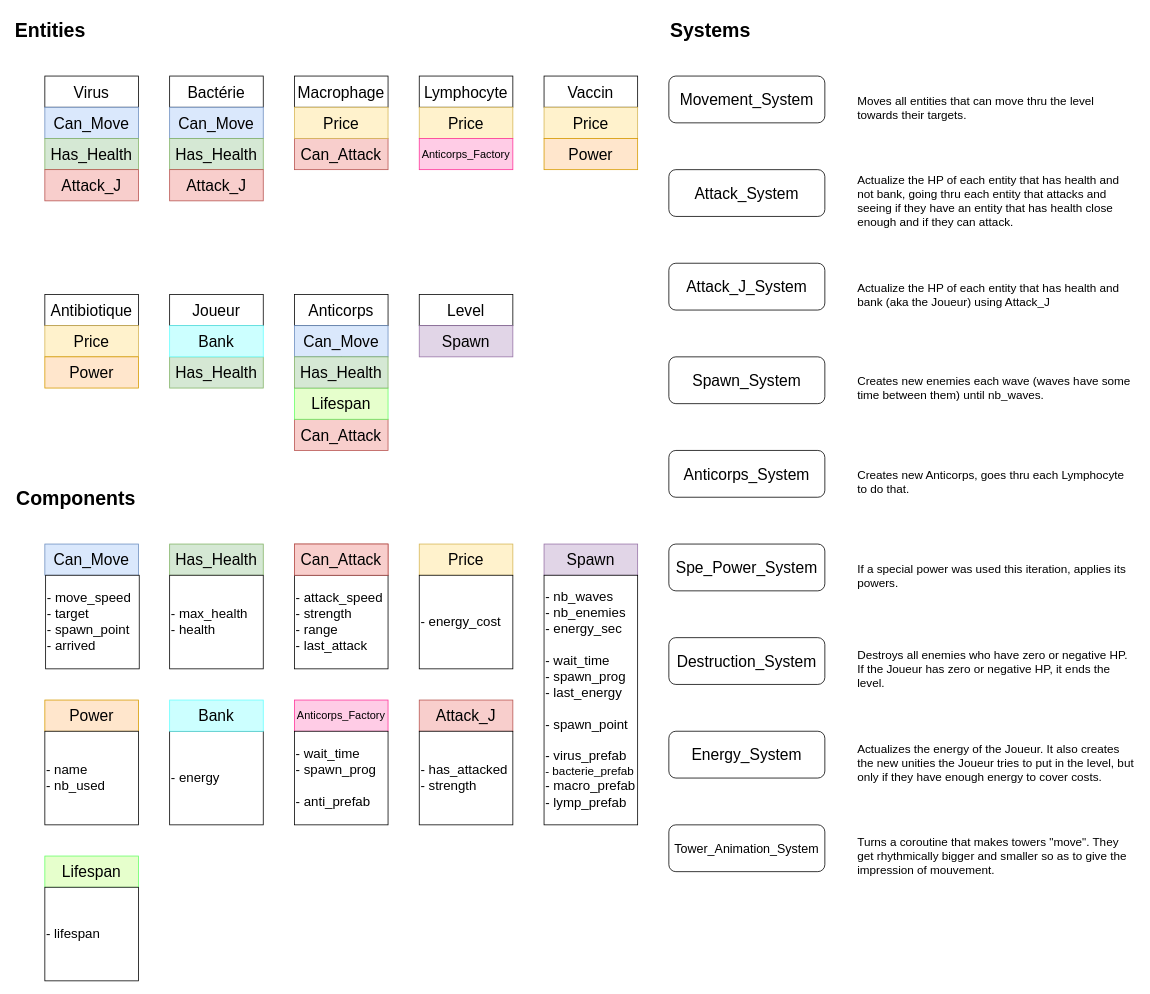
Titanmito/Immunocalypse keeps this draw.io diagram as entities_components.drawio. Above is the earlier version. Source tidied: cells renumbered, new cells numbered last; positions are measured from the earlier drawing's top-left corner, leaving out a move shared by most shapes. Both pictures are drawn from the tidied source at 78%, with x=0, y=0 at pixel (13, 13).
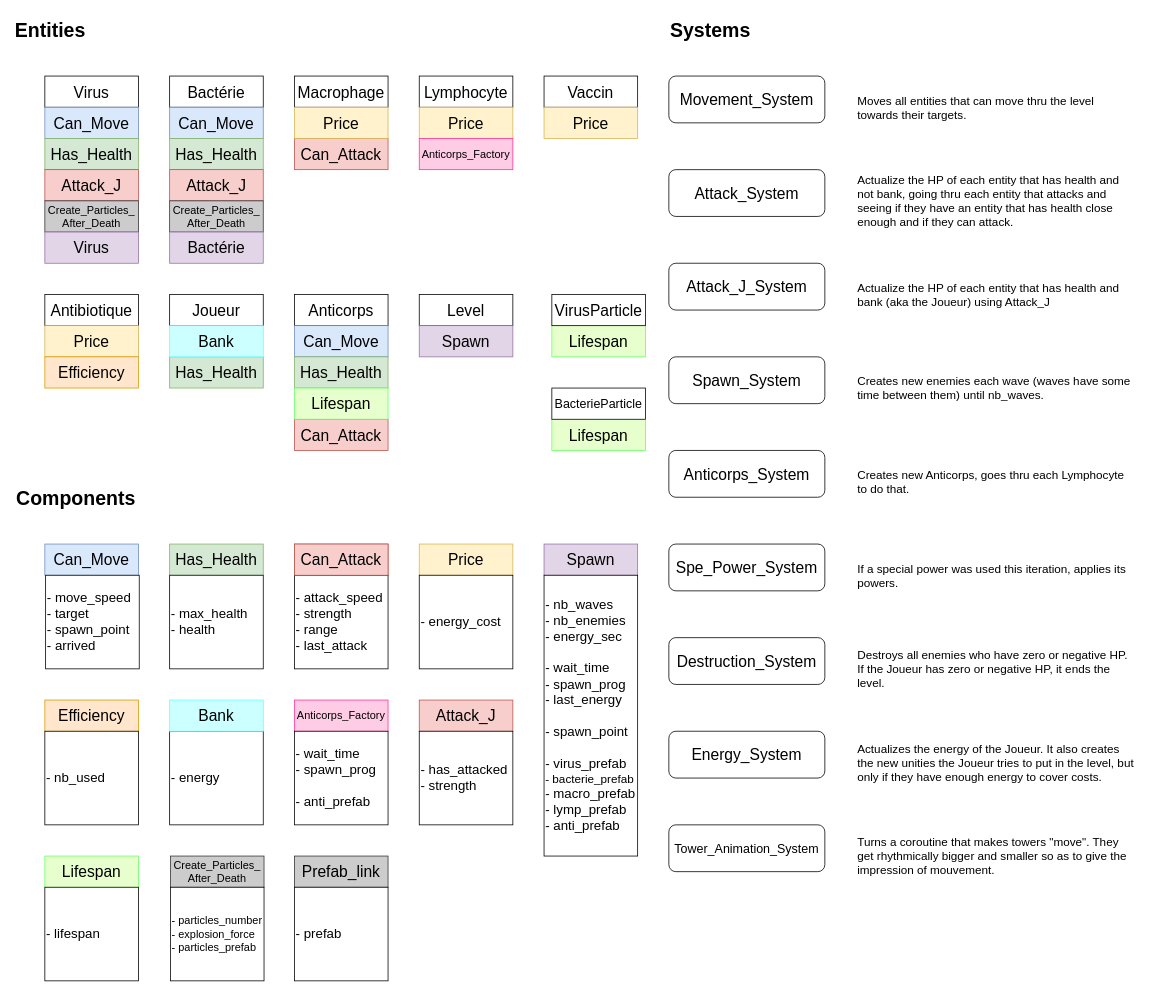
The same diagram, later.

Change to the diagram source:
```diff
@@
-    <mxCell id="37" value="&lt;div&gt;&lt;font style=&quot;font-size: 17px&quot;&gt;- nb_waves&lt;/font&gt;&lt;/div&gt;&lt;div&gt;&lt;font style=&quot;font-size: 17px&quot;&gt;- nb_enemies&lt;/font&gt;&lt;/div&gt;&lt;div&gt;&lt;font style=&quot;font-size: 17px&quot;&gt;- energy_sec&lt;br&gt;&lt;/font&gt;&lt;/div&gt;&lt;div&gt;&lt;font style=&quot;font-size: 17px&quot;&gt;&lt;br&gt;&lt;/font&gt;&lt;/div&gt;&lt;div&gt;&lt;font style=&quot;font-size: 17px&quot;&gt;- wait_time&lt;/font&gt;&lt;/div&gt;&lt;div&gt;&lt;font style=&quot;font-size: 17px&quot;&gt;- spawn_prog&lt;br&gt;&lt;/font&gt;&lt;/div&gt;&lt;div&gt;&lt;font style=&quot;font-size: 17px&quot;&gt;- last_energy&lt;br&gt;&lt;/font&gt;&lt;/div&gt;&lt;div&gt;&lt;font style=&quot;font-size: 17px&quot;&gt;&lt;br&gt;&lt;/font&gt;&lt;/div&gt;&lt;div&gt;&lt;font style=&quot;font-size: 17px&quot;&gt;- spawn_point&lt;/font&gt;&lt;/div&gt;&lt;div&gt;&lt;font style=&quot;font-size: 17px&quot;&gt;&lt;br&gt;&lt;/font&gt;&lt;/div&gt;&lt;div&gt;&lt;font style=&quot;font-size: 17px&quot;&gt;- virus_prefab&lt;/font&gt;&lt;/div&gt;&lt;div style=&quot;font-size: 15px&quot;&gt;&lt;font style=&quot;font-size: 15px&quot;&gt;- bacterie_prefab&lt;/font&gt;&lt;/div&gt;&lt;div style=&quot;font-size: 17px&quot;&gt;&lt;font style=&quot;font-size: 17px&quot;&gt;- macro_prefab&lt;/font&gt;&lt;/div&gt;&lt;div style=&quot;font-size: 17px&quot;&gt;&lt;font style=&quot;font-size: 17px&quot;&gt;- lymp_prefab&lt;br&gt;&lt;/font&gt;&lt;/div&gt;" style="rounded=0;whiteSpace=wrap;html=1;align=left;" parent="1" vertex="1">
-      <mxGeometry x="680" y="720" width="120" height="320" as="geometry" />
+    <mxCell id="37" value="&lt;div&gt;&lt;font style=&quot;font-size: 17px&quot;&gt;- nb_waves&lt;/font&gt;&lt;/div&gt;&lt;div&gt;&lt;font style=&quot;font-size: 17px&quot;&gt;- nb_enemies&lt;/font&gt;&lt;/div&gt;&lt;div&gt;&lt;font style=&quot;font-size: 17px&quot;&gt;- energy_sec&lt;br&gt;&lt;/font&gt;&lt;/div&gt;&lt;div&gt;&lt;font style=&quot;font-size: 17px&quot;&gt;&lt;br&gt;&lt;/font&gt;&lt;/div&gt;&lt;div&gt;&lt;font style=&quot;font-size: 17px&quot;&gt;- wait_time&lt;/font&gt;&lt;/div&gt;&lt;div&gt;&lt;font style=&quot;font-size: 17px&quot;&gt;- spawn_prog&lt;br&gt;&lt;/font&gt;&lt;/div&gt;&lt;div&gt;&lt;font style=&quot;font-size: 17px&quot;&gt;- last_energy&lt;br&gt;&lt;/font&gt;&lt;/div&gt;&lt;div&gt;&lt;font style=&quot;font-size: 17px&quot;&gt;&lt;br&gt;&lt;/font&gt;&lt;/div&gt;&lt;div&gt;&lt;font style=&quot;font-size: 17px&quot;&gt;- spawn_point&lt;/font&gt;&lt;/div&gt;&lt;div&gt;&lt;font style=&quot;font-size: 17px&quot;&gt;&lt;br&gt;&lt;/font&gt;&lt;/div&gt;&lt;div&gt;&lt;font style=&quot;font-size: 17px&quot;&gt;- virus_prefab&lt;/font&gt;&lt;/div&gt;&lt;div style=&quot;font-size: 15px&quot;&gt;&lt;font style=&quot;font-size: 15px&quot;&gt;- bacterie_prefab&lt;/font&gt;&lt;/div&gt;&lt;div style=&quot;font-size: 17px&quot;&gt;&lt;font style=&quot;font-size: 17px&quot;&gt;- macro_prefab&lt;/font&gt;&lt;/div&gt;&lt;div style=&quot;font-size: 17px&quot;&gt;&lt;font style=&quot;font-size: 17px&quot;&gt;- lymp_prefab&lt;br&gt;&lt;/font&gt;&lt;/div&gt;&lt;div style=&quot;font-size: 17px&quot;&gt;&lt;font style=&quot;font-size: 17px&quot;&gt;- anti_prefab&lt;br&gt;&lt;/font&gt;&lt;/div&gt;" style="rounded=0;whiteSpace=wrap;html=1;align=left;" parent="1" vertex="1">
+      <mxGeometry x="680" y="720" width="120" height="360" as="geometry" />
     </mxCell>
@@
-    <mxCell id="44" value="&lt;font style=&quot;font-size: 20px&quot;&gt;Power&lt;/font&gt;" style="rounded=0;whiteSpace=wrap;html=1;fillColor=#ffe6cc;strokeColor=#d79b00;" parent="1" vertex="1">
+    <mxCell id="44" value="&lt;font style=&quot;font-size: 20px&quot;&gt;Efficiency&lt;/font&gt;" style="rounded=0;whiteSpace=wrap;html=1;fillColor=#ffe6cc;strokeColor=#d79b00;" parent="1" vertex="1">
       <mxGeometry x="40" y="880" width="120" height="40" as="geometry" />
     </mxCell>
-    <mxCell id="45" value="&lt;div&gt;&lt;font style=&quot;font-size: 17px&quot;&gt;- name&lt;br&gt;&lt;/font&gt;&lt;/div&gt;&lt;div&gt;&lt;font style=&quot;font-size: 17px&quot;&gt;- nb_used&lt;br&gt;&lt;/font&gt;&lt;/div&gt;" style="rounded=0;whiteSpace=wrap;html=1;align=left;" parent="1" vertex="1">
+    <mxCell id="45" value="&lt;div&gt;&lt;font style=&quot;font-size: 17px&quot;&gt;- nb_used&lt;br&gt;&lt;/font&gt;&lt;/div&gt;" style="rounded=0;whiteSpace=wrap;html=1;align=left;" parent="1" vertex="1">
       <mxGeometry x="40" y="920" width="120" height="120" as="geometry" />
     </mxCell>
-    <mxCell id="46" value="&lt;font style=&quot;font-size: 20px&quot;&gt;Power&lt;/font&gt;" style="rounded=0;whiteSpace=wrap;html=1;fillColor=#ffe6cc;strokeColor=#d79b00;" parent="1" vertex="1">
-      <mxGeometry x="680" y="160" width="120" height="40" as="geometry" />
-    </mxCell>
-    <mxCell id="47" value="&lt;font style=&quot;font-size: 20px&quot;&gt;Power&lt;/font&gt;" style="rounded=0;whiteSpace=wrap;html=1;fillColor=#ffe6cc;strokeColor=#d79b00;" parent="1" vertex="1">
-      <mxGeometry x="40" y="440" width="120" height="40" as="geometry" />
-    </mxCell>
@@
     <mxCell id="69" value="&lt;font style=&quot;font-size: 20px&quot;&gt;Lifespan&lt;/font&gt;" style="rounded=0;whiteSpace=wrap;html=1;fillColor=#E6FFCC;strokeColor=#66FF66;" parent="1" vertex="1">
-      <mxGeometry x="360" y="480" width="120" height="40" as="geometry" />
+      <mxGeometry x="690" y="400" width="120" height="40" as="geometry" />
     </mxCell>
@@
+    <mxCell id="76" value="&lt;div style=&quot;font-size: 14px&quot;&gt;&lt;font style=&quot;font-size: 14px&quot;&gt;Create_Particles_&lt;/font&gt;&lt;/div&gt;&lt;div style=&quot;font-size: 14px&quot;&gt;&lt;font style=&quot;font-size: 14px&quot;&gt;After_Death&lt;/font&gt;&lt;/div&gt;" style="rounded=0;whiteSpace=wrap;html=1;fillColor=#CCCCCC;strokeColor=#333333;" parent="1" vertex="1">
+      <mxGeometry x="201" y="1080" width="120" height="40" as="geometry" />
+    </mxCell>
+    <mxCell id="77" value="&lt;div style=&quot;font-size: 14px&quot;&gt;&lt;font style=&quot;font-size: 14px&quot;&gt;- particles_number&lt;/font&gt;&lt;/div&gt;&lt;div style=&quot;font-size: 14px&quot;&gt;&lt;font style=&quot;font-size: 14px&quot;&gt;- explosion_force&lt;/font&gt;&lt;/div&gt;&lt;div style=&quot;font-size: 14px&quot;&gt;&lt;font style=&quot;font-size: 14px&quot;&gt;- particles_prefab&lt;/font&gt;&lt;br&gt;&lt;/div&gt;" style="rounded=0;whiteSpace=wrap;html=1;align=left;" parent="1" vertex="1">
+      <mxGeometry x="201" y="1120" width="120" height="120" as="geometry" />
+    </mxCell>
+    <mxCell id="78" value="&lt;div style=&quot;font-size: 14px&quot;&gt;&lt;font style=&quot;font-size: 14px&quot;&gt;Create_Particles_&lt;/font&gt;&lt;/div&gt;&lt;div style=&quot;font-size: 14px&quot;&gt;&lt;font style=&quot;font-size: 14px&quot;&gt;After_Death&lt;/font&gt;&lt;/div&gt;" style="rounded=0;whiteSpace=wrap;html=1;fillColor=#CCCCCC;strokeColor=#333333;" parent="1" vertex="1">
+      <mxGeometry x="200" y="240" width="120" height="40" as="geometry" />
+    </mxCell>
+    <mxCell id="79" value="&lt;div style=&quot;font-size: 14px&quot;&gt;&lt;font style=&quot;font-size: 14px&quot;&gt;Create_Particles_&lt;/font&gt;&lt;/div&gt;&lt;div style=&quot;font-size: 14px&quot;&gt;&lt;font style=&quot;font-size: 14px&quot;&gt;After_Death&lt;/font&gt;&lt;/div&gt;" style="rounded=0;whiteSpace=wrap;html=1;fillColor=#CCCCCC;strokeColor=#333333;" parent="1" vertex="1">
+      <mxGeometry x="40" y="240" width="120" height="40" as="geometry" />
+    </mxCell>
+    <mxCell id="80" value="&lt;font style=&quot;font-size: 20px&quot;&gt;Efficiency&lt;/font&gt;" style="rounded=0;whiteSpace=wrap;html=1;fillColor=#ffe6cc;strokeColor=#d79b00;" parent="1" vertex="1">
+      <mxGeometry x="40" y="440" width="120" height="40" as="geometry" />
+    </mxCell>
+    <mxCell id="81" value="&lt;font style=&quot;font-size: 20px&quot;&gt;Virus&lt;/font&gt;" style="rounded=0;whiteSpace=wrap;html=1;fillColor=#e1d5e7;strokeColor=#9673a6;" parent="1" vertex="1">
+      <mxGeometry x="40" y="280" width="120" height="40" as="geometry" />
+    </mxCell>
+    <mxCell id="82" value="&lt;font style=&quot;font-size: 20px&quot;&gt;Bactérie&lt;/font&gt;" style="rounded=0;whiteSpace=wrap;html=1;fillColor=#e1d5e7;strokeColor=#9673a6;" parent="1" vertex="1">
+      <mxGeometry x="200" y="280" width="120" height="40" as="geometry" />
+    </mxCell>
+    <mxCell id="83" value="&lt;font style=&quot;font-size: 20px&quot;&gt;VirusParticle&lt;/font&gt;" style="rounded=0;whiteSpace=wrap;html=1;" parent="1" vertex="1">
+      <mxGeometry x="690" y="360" width="120" height="40" as="geometry" />
+    </mxCell>
+    <mxCell id="84" value="&lt;font style=&quot;font-size: 20px&quot;&gt;Lifespan&lt;/font&gt;" style="rounded=0;whiteSpace=wrap;html=1;fillColor=#E6FFCC;strokeColor=#66FF66;" parent="1" vertex="1">
+      <mxGeometry x="690" y="520" width="120" height="40" as="geometry" />
+    </mxCell>
+    <mxCell id="85" value="&lt;font style=&quot;font-size: 16px&quot;&gt;BacterieParticle&lt;/font&gt;" style="rounded=0;whiteSpace=wrap;html=1;" parent="1" vertex="1">
+      <mxGeometry x="690" y="480" width="120" height="40" as="geometry" />
+    </mxCell>
+    <mxCell id="86" value="&lt;font style=&quot;font-size: 20px&quot;&gt;Lifespan&lt;/font&gt;" style="rounded=0;whiteSpace=wrap;html=1;fillColor=#E6FFCC;strokeColor=#66FF66;" parent="1" vertex="1">
+      <mxGeometry x="360" y="480" width="120" height="40" as="geometry" />
+    </mxCell>
+    <mxCell id="87" value="&lt;div style=&quot;font-size: 20px&quot;&gt;&lt;font style=&quot;font-size: 20px&quot;&gt;Prefab_link&lt;/font&gt;&lt;/div&gt;" style="rounded=0;whiteSpace=wrap;html=1;fillColor=#CCCCCC;strokeColor=#333333;" parent="1" vertex="1">
+      <mxGeometry x="360" y="1080" width="120" height="40" as="geometry" />
+    </mxCell>
+    <mxCell id="88" value="&lt;div style=&quot;font-size: 17px&quot;&gt;&lt;font style=&quot;font-size: 17px&quot;&gt;- prefab&lt;/font&gt;&lt;/div&gt;" style="rounded=0;whiteSpace=wrap;html=1;align=left;" parent="1" vertex="1">
+      <mxGeometry x="360" y="1120" width="120" height="120" as="geometry" />
+    </mxCell>
```
